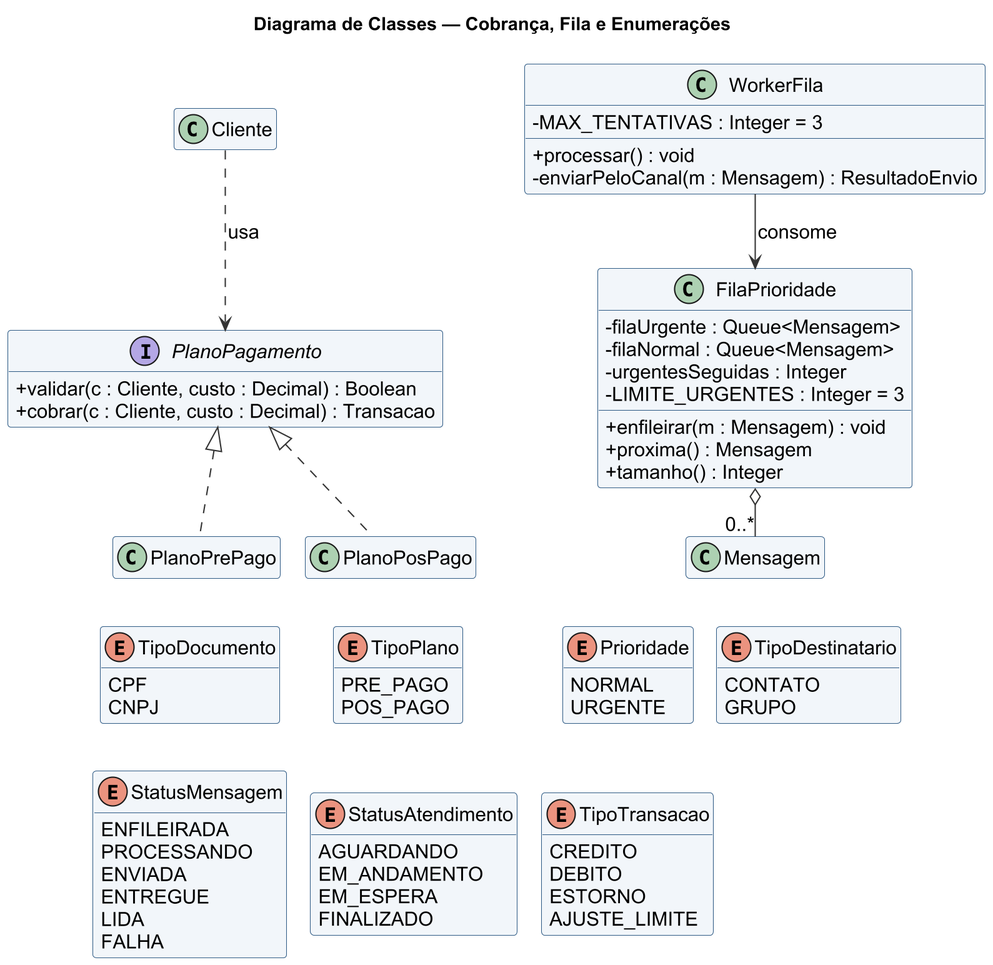
Above: docs/03-diagramas/02b-classes-cobranca-fila.png in ryanandrade-beep/ar-chat (PlantUML), before the change. Source of this version:
```plantuml
@startuml
skinparamlocked dpi 200
!pragma layout smetana
!include skin.iuml
title Diagrama de Classes — Cobrança, Fila e Enumerações
hide empty members
skinparam classAttributeIconSize 0

class Cliente
class Mensagem
interface PlanoPagamento {
  + validar(c : Cliente, custo : Decimal) : Boolean
  + cobrar(c : Cliente, custo : Decimal) : Transacao
}
class PlanoPrePago
class PlanoPosPago
class FilaPrioridade {
  - filaUrgente : Queue<Mensagem>
  - filaNormal : Queue<Mensagem>
  - urgentesSeguidas : Integer
  - LIMITE_URGENTES : Integer = 3
  + enfileirar(m : Mensagem) : void
  + proxima() : Mensagem
  + tamanho() : Integer
}
class WorkerFila {
  - MAX_TENTATIVAS : Integer = 3
  + processar() : void
  - enviarPeloCanal(m : Mensagem) : ResultadoEnvio
}

enum TipoDocumento {
  CPF
  CNPJ
}
enum TipoPlano {
  PRE_PAGO
  POS_PAGO
}
enum Prioridade {
  NORMAL
  URGENTE
}
enum StatusMensagem {
  ENFILEIRADA
  PROCESSANDO
  ENVIADA
  ENTREGUE
  LIDA
  FALHA
}
enum StatusAtendimento {
  AGUARDANDO
  EM_ANDAMENTO
  EM_ESPERA
  FINALIZADO
}
enum TipoDestinatario {
  CONTATO
  GRUPO
}
enum TipoTransacao {
  CREDITO
  DEBITO
  ESTORNO
  AJUSTE_LIMITE
}

PlanoPagamento <|.. PlanoPrePago
PlanoPagamento <|.. PlanoPosPago
Cliente ..> PlanoPagamento : usa
FilaPrioridade o-- "0..*" Mensagem
WorkerFila --> FilaPrioridade : consome
PlanoPrePago -[hidden]down- TipoDocumento
PlanoPosPago -[hidden]down- TipoPlano
Mensagem -[hidden]down- Prioridade
Mensagem -[hidden]down- TipoDestinatario
TipoDocumento -[hidden]down- StatusMensagem
TipoPlano -[hidden]down- StatusAtendimento
Prioridade -[hidden]down- TipoTransacao
@enduml
```
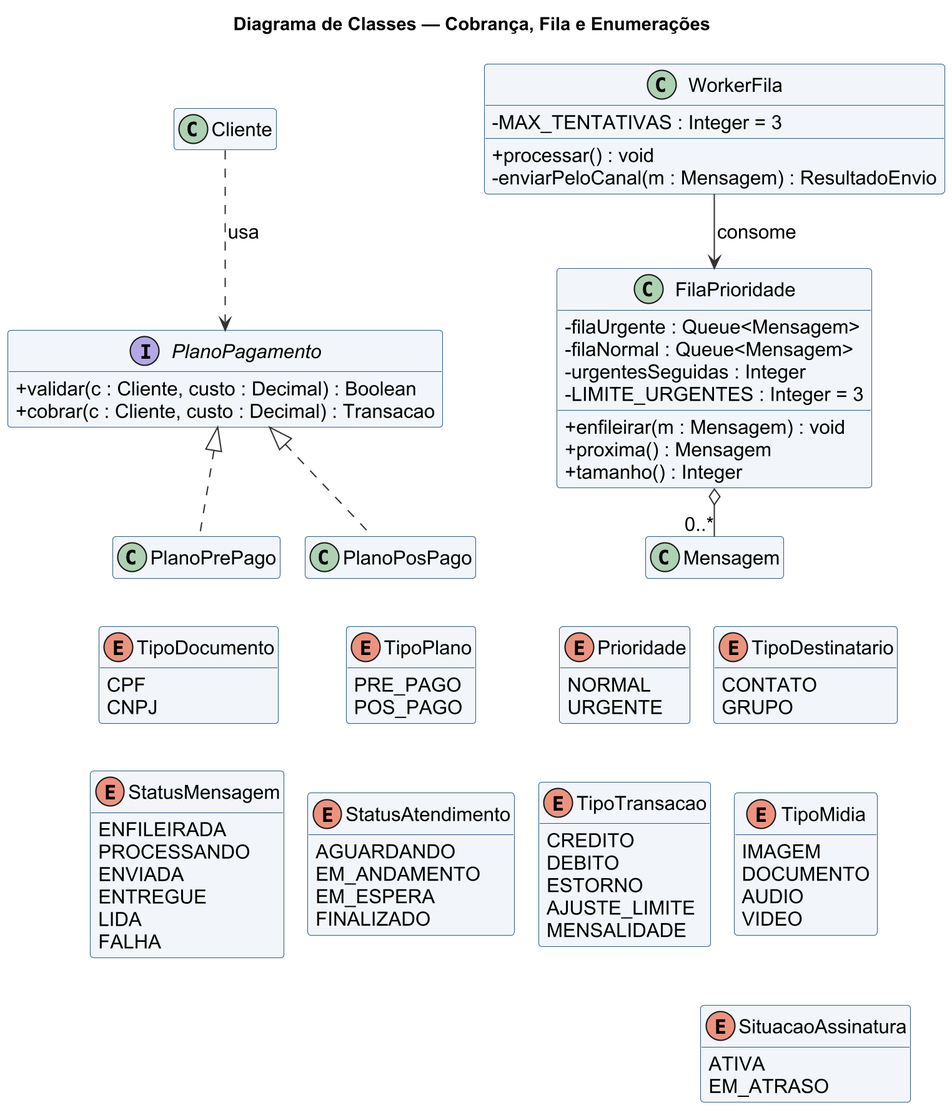
Above is the later version.

Change to the diagram source:
```diff
@@ -59,11 +59,22 @@
   CONTATO
   GRUPO
 }
+enum TipoMidia {
+  IMAGEM
+  DOCUMENTO
+  AUDIO
+  VIDEO
+}
+enum SituacaoAssinatura {
+  ATIVA
+  EM_ATRASO
+}
 enum TipoTransacao {
   CREDITO
   DEBITO
   ESTORNO
   AJUSTE_LIMITE
+  MENSALIDADE
 }
 
 PlanoPagamento <|.. PlanoPrePago
@@ -78,4 +89,6 @@
 TipoDocumento -[hidden]down- StatusMensagem
 TipoPlano -[hidden]down- StatusAtendimento
 Prioridade -[hidden]down- TipoTransacao
+TipoDestinatario -[hidden]down- TipoMidia
+TipoMidia -[hidden]down- SituacaoAssinatura
 @enduml
```
